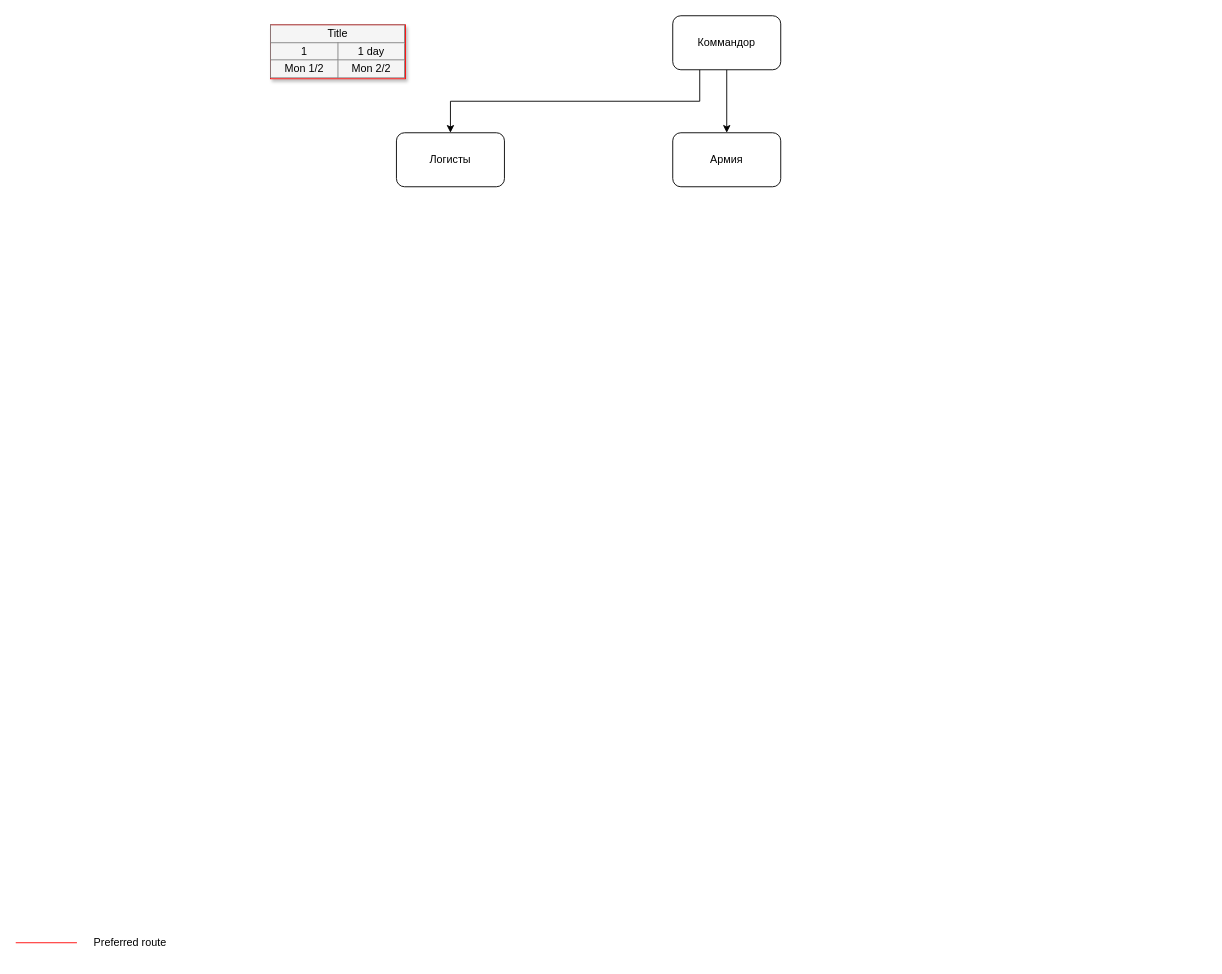
The draw.io diagram Структура.drawio in Kratos1245/other, before the edit. Source tidied: cells renumbered, new cells numbered last; positions are measured from the earlier drawing's top-left corner, leaving out a move shared by most shapes. Both pictures are drawn from the tidied source at 90%, with x=0, y=0 at pixel (15, 15).
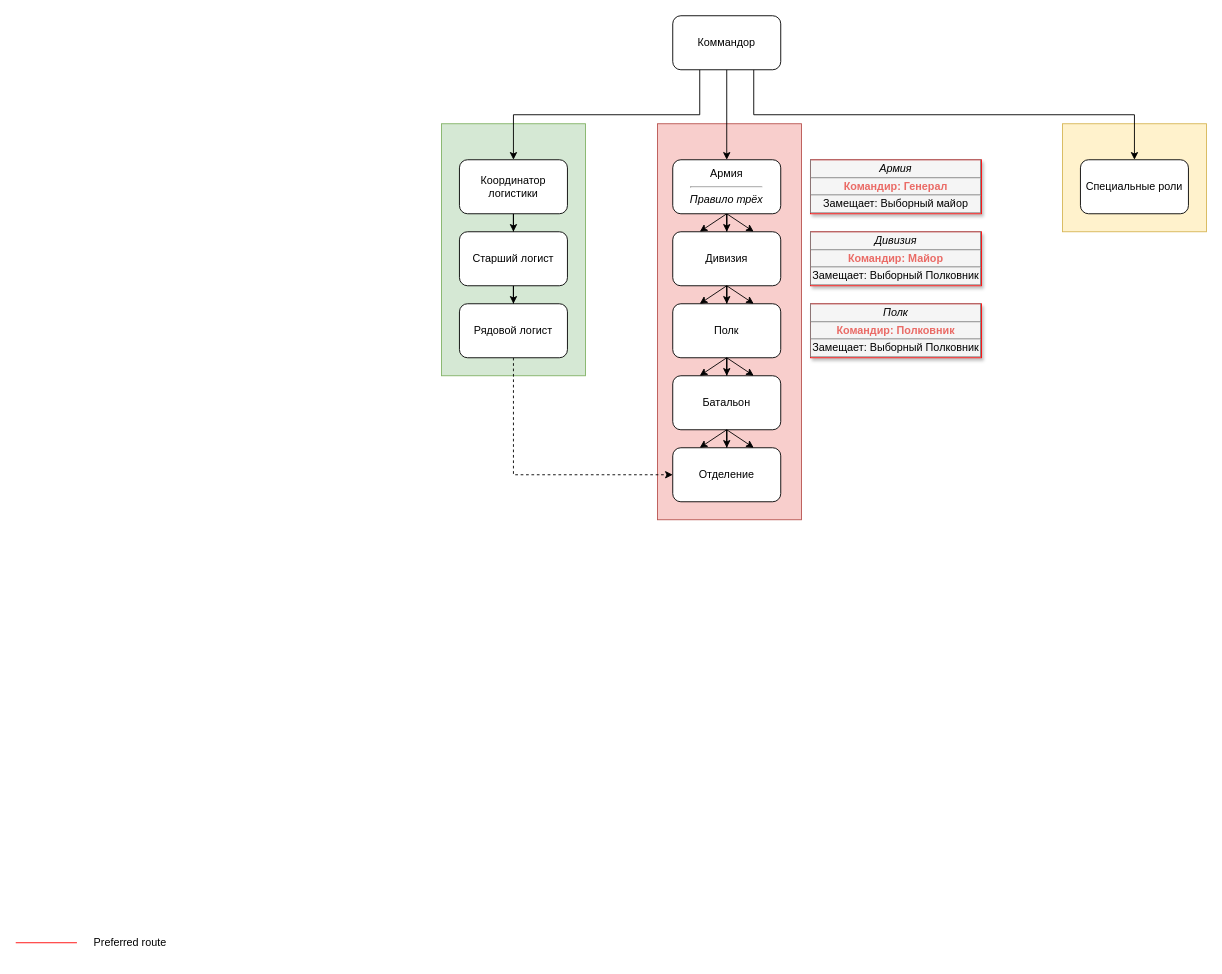
The same page after the edit.

The change refers to these unchanged cells:
```xml
<mxCell id="7" value="Коммандор" style="rounded=1;whiteSpace=wrap;html=1;" parent="1" vertex="1">
  <mxGeometry x="730" width="120" height="60" as="geometry" />
</mxCell>
```

The edit, as a diff of the source:
```diff
@@
+    <mxCell id="10" style="rounded=0;whiteSpace=wrap;html=1;fillColor=#fff2cc;strokeColor=#d6b656;" parent="1" vertex="1">
+      <mxGeometry x="1163" y="120" width="160" height="120" as="geometry" />
+    </mxCell>
+    <mxCell id="11" style="rounded=0;whiteSpace=wrap;html=1;fillColor=#d5e8d4;strokeColor=#82b366;" parent="1" vertex="1">
+      <mxGeometry x="473" y="120" width="160" height="280" as="geometry" />
+    </mxCell>
+    <mxCell id="12" style="rounded=0;whiteSpace=wrap;html=1;fillColor=#f8cecc;strokeColor=#b85450;" parent="1" vertex="1">
+      <mxGeometry x="713" y="120" width="160" height="440" as="geometry" />
+    </mxCell>
-    <mxCell id="2" value="&lt;table border=&quot;1&quot; width=&quot;100%&quot; style=&quot;width: 100% ; height: 100% ; border-collapse: collapse&quot;&gt;&lt;tbody&gt;&lt;tr&gt;&lt;td colspan=&quot;2&quot; align=&quot;center&quot;&gt;&lt;font style=&quot;font-size: 12px;&quot;&gt;Title&lt;/font&gt;&lt;/td&gt;&lt;/tr&gt;&lt;tr&gt;&lt;td align=&quot;center&quot;&gt;&lt;font style=&quot;font-size: 12px;&quot;&gt;1&lt;/font&gt;&lt;/td&gt;&lt;td align=&quot;center&quot;&gt;&lt;font style=&quot;font-size: 12px;&quot;&gt;1 day&lt;/font&gt;&lt;/td&gt;&lt;/tr&gt;&lt;tr&gt;&lt;td align=&quot;center&quot;&gt;&lt;font style=&quot;font-size: 12px;&quot;&gt;Mon 1/2&lt;/font&gt;&lt;/td&gt;&lt;td align=&quot;center&quot;&gt;&lt;font style=&quot;font-size: 12px;&quot;&gt;Mon 2/2&lt;/font&gt;&lt;/td&gt;&lt;/tr&gt;&lt;/tbody&gt;&lt;/table&gt;" style="text;html=1;strokeColor=#FF0000;fillColor=#f5f5f5;overflow=fill;rounded=0;shadow=1;fontSize=12;align=center;" parent="1" vertex="1">
-      <mxGeometry x="283" y="10" width="150" height="60" as="geometry" />
+    <mxCell id="2" value="&lt;table border=&quot;1&quot; width=&quot;100%&quot; style=&quot;width: 100% ; height: 100% ; border-collapse: collapse&quot;&gt;&lt;tbody&gt;&lt;tr&gt;&lt;td colspan=&quot;2&quot; align=&quot;center&quot;&gt;&lt;font style=&quot;font-size: 12px;&quot;&gt;&lt;i&gt;Армия&lt;/i&gt;&lt;/font&gt;&lt;/td&gt;&lt;/tr&gt;&lt;tr&gt;&lt;td align=&quot;center&quot;&gt;&lt;font color=&quot;#ea6b66&quot;&gt;&lt;b&gt;Командир: Генерал&lt;/b&gt;&lt;/font&gt;&lt;/td&gt;&lt;/tr&gt;&lt;tr&gt;&lt;td align=&quot;center&quot;&gt;Замещает: Выборный майор&lt;/td&gt;&lt;/tr&gt;&lt;/tbody&gt;&lt;/table&gt;" style="text;html=1;strokeColor=#FF0000;fillColor=#f5f5f5;overflow=fill;rounded=0;shadow=1;fontSize=12;align=center;" parent="1" vertex="1">
+      <mxGeometry x="883" y="160" width="190" height="60" as="geometry" />
     </mxCell>
@@
+    <mxCell id="13" style="edgeStyle=orthogonalEdgeStyle;rounded=0;jettySize=auto;html=1;exitX=0.75;exitY=1;exitDx=0;exitDy=0;" parent="1" edge="1" source="7" target="35">
+      <mxGeometry relative="1" as="geometry">
+        <Array as="points">
+          <mxPoint x="820" y="110" />
+          <mxPoint x="1243" y="110" />
+        </Array>
+      </mxGeometry>
+    </mxCell>
@@
+    <mxCell id="14" style="edgeStyle=orthogonalEdgeStyle;rounded=0;jettySize=auto;html=1;exitX=0.5;exitY=1;exitDx=0;exitDy=0;" parent="1" edge="1" source="8" target="26">
+      <mxGeometry relative="1" as="geometry" />
+    </mxCell>
-    <mxCell id="8" value="Логисты" style="rounded=1;whiteSpace=wrap;html=1;" parent="1" vertex="1">
-      <mxGeometry x="423" y="130" width="120" height="60" as="geometry" />
+    <mxCell id="8" value="Координатор логистики" style="rounded=1;whiteSpace=wrap;html=1;" parent="1" vertex="1">
+      <mxGeometry x="493" y="160" width="120" height="60" as="geometry" />
     </mxCell>
+    <mxCell id="15" style="edgeStyle=orthogonalEdgeStyle;rounded=0;jettySize=auto;html=1;exitX=0.5;exitY=1;exitDx=0;exitDy=0;" parent="1" edge="1" source="9" target="19">
+      <mxGeometry relative="1" as="geometry" />
+    </mxCell>
+    <mxCell id="16" style="rounded=0;jettySize=auto;html=1;exitX=0.5;exitY=1;exitDx=0;exitDy=0;entryX=0.75;entryY=0;entryDx=0;entryDy=0;" parent="1" edge="1" source="9" target="19">
+      <mxGeometry relative="1" as="geometry" />
+    </mxCell>
+    <mxCell id="17" style="rounded=0;jettySize=auto;html=1;exitX=0.5;exitY=1;exitDx=0;exitDy=0;entryX=0.25;entryY=0;entryDx=0;entryDy=0;" parent="1" edge="1" source="9" target="19">
+      <mxGeometry relative="1" as="geometry" />
+    </mxCell>
-    <mxCell id="9" value="Армия" style="rounded=1;whiteSpace=wrap;html=1;" parent="1" vertex="1">
-      <mxGeometry x="730" y="130" width="120" height="60" as="geometry" />
+    <mxCell id="9" value="Армия&lt;br&gt;&lt;hr&gt;&lt;i&gt;Правило трёх&lt;/i&gt;" style="rounded=1;whiteSpace=wrap;html=1;" parent="1" vertex="1">
+      <mxGeometry x="730" y="160" width="120" height="60" as="geometry" />
     </mxCell>
+    <mxCell id="18" style="edgeStyle=orthogonalEdgeStyle;rounded=0;jettySize=auto;html=1;exitX=0.5;exitY=1;exitDx=0;exitDy=0;" parent="1" edge="1" source="19" target="21">
+      <mxGeometry relative="1" as="geometry" />
+    </mxCell>
+    <mxCell id="19" value="Дивизия" style="rounded=1;whiteSpace=wrap;html=1;" parent="1" vertex="1">
+      <mxGeometry x="730" y="240" width="120" height="60" as="geometry" />
+    </mxCell>
+    <mxCell id="20" style="edgeStyle=orthogonalEdgeStyle;rounded=0;jettySize=auto;html=1;exitX=0.5;exitY=1;exitDx=0;exitDy=0;" parent="1" edge="1" source="21" target="23">
+      <mxGeometry relative="1" as="geometry" />
+    </mxCell>
+    <mxCell id="21" value="Полк" style="rounded=1;whiteSpace=wrap;html=1;" parent="1" vertex="1">
+      <mxGeometry x="730" y="320" width="120" height="60" as="geometry" />
+    </mxCell>
+    <mxCell id="22" style="edgeStyle=orthogonalEdgeStyle;rounded=0;jettySize=auto;html=1;exitX=0.5;exitY=1;exitDx=0;exitDy=0;" parent="1" edge="1" source="23" target="24">
+      <mxGeometry relative="1" as="geometry" />
+    </mxCell>
+    <mxCell id="23" value="Батальон" style="rounded=1;whiteSpace=wrap;html=1;" parent="1" vertex="1">
+      <mxGeometry x="730" y="400" width="120" height="60" as="geometry" />
+    </mxCell>
+    <mxCell id="24" value="Отделение" style="rounded=1;whiteSpace=wrap;html=1;" parent="1" vertex="1">
+      <mxGeometry x="730" y="480" width="120" height="60" as="geometry" />
+    </mxCell>
+    <mxCell id="25" style="edgeStyle=orthogonalEdgeStyle;rounded=0;jettySize=auto;html=1;exitX=0.5;exitY=1;exitDx=0;exitDy=0;" parent="1" edge="1" source="26" target="28">
+      <mxGeometry relative="1" as="geometry" />
+    </mxCell>
+    <mxCell id="26" value="Старший логист" style="rounded=1;whiteSpace=wrap;html=1;" parent="1" vertex="1">
+      <mxGeometry x="493" y="240" width="120" height="60" as="geometry" />
+    </mxCell>
+    <mxCell id="27" style="edgeStyle=orthogonalEdgeStyle;rounded=0;jettySize=auto;html=1;exitX=0.5;exitY=1;exitDx=0;exitDy=0;entryX=0;entryY=0.5;entryDx=0;entryDy=0;dashed=1;" parent="1" edge="1" source="28" target="24">
+      <mxGeometry relative="1" as="geometry" />
+    </mxCell>
+    <mxCell id="28" value="Рядовой логист" style="rounded=1;whiteSpace=wrap;html=1;" parent="1" vertex="1">
+      <mxGeometry x="493" y="320" width="120" height="60" as="geometry" />
+    </mxCell>
+    <mxCell id="29" style="rounded=0;orthogonalLoop=1;jettySize=auto;html=1;exitX=0.5;exitY=1;exitDx=0;exitDy=0;entryX=0.75;entryY=0;entryDx=0;entryDy=0;" parent="1" edge="1">
+      <mxGeometry relative="1" as="geometry">
+        <mxPoint x="790" y="300" as="sourcePoint" />
+        <mxPoint x="820" y="320" as="targetPoint" />
+      </mxGeometry>
+    </mxCell>
+    <mxCell id="30" style="rounded=0;orthogonalLoop=1;jettySize=auto;html=1;exitX=0.5;exitY=1;exitDx=0;exitDy=0;entryX=0.25;entryY=0;entryDx=0;entryDy=0;" parent="1" edge="1">
+      <mxGeometry relative="1" as="geometry">
+        <mxPoint x="790" y="300" as="sourcePoint" />
+        <mxPoint x="760" y="320" as="targetPoint" />
+      </mxGeometry>
+    </mxCell>
+    <mxCell id="31" style="rounded=0;orthogonalLoop=1;jettySize=auto;html=1;exitX=0.5;exitY=1;exitDx=0;exitDy=0;entryX=0.75;entryY=0;entryDx=0;entryDy=0;" parent="1" edge="1">
+      <mxGeometry relative="1" as="geometry">
+        <mxPoint x="790" y="380" as="sourcePoint" />
+        <mxPoint x="820" y="400" as="targetPoint" />
+      </mxGeometry>
+    </mxCell>
+    <mxCell id="32" style="rounded=0;orthogonalLoop=1;jettySize=auto;html=1;exitX=0.5;exitY=1;exitDx=0;exitDy=0;entryX=0.25;entryY=0;entryDx=0;entryDy=0;" parent="1" edge="1">
+      <mxGeometry relative="1" as="geometry">
+        <mxPoint x="790" y="380" as="sourcePoint" />
+        <mxPoint x="760" y="400" as="targetPoint" />
+      </mxGeometry>
+    </mxCell>
+    <mxCell id="33" style="rounded=0;orthogonalLoop=1;jettySize=auto;html=1;exitX=0.5;exitY=1;exitDx=0;exitDy=0;entryX=0.75;entryY=0;entryDx=0;entryDy=0;" parent="1" edge="1">
+      <mxGeometry relative="1" as="geometry">
+        <mxPoint x="790" y="460" as="sourcePoint" />
+        <mxPoint x="820" y="480" as="targetPoint" />
+      </mxGeometry>
+    </mxCell>
+    <mxCell id="34" style="rounded=0;orthogonalLoop=1;jettySize=auto;html=1;exitX=0.5;exitY=1;exitDx=0;exitDy=0;entryX=0.25;entryY=0;entryDx=0;entryDy=0;" parent="1" edge="1">
+      <mxGeometry relative="1" as="geometry">
+        <mxPoint x="790" y="460" as="sourcePoint" />
+        <mxPoint x="760" y="480" as="targetPoint" />
+      </mxGeometry>
+    </mxCell>
+    <mxCell id="35" value="Специальные роли" style="rounded=1;whiteSpace=wrap;html=1;" parent="1" vertex="1">
+      <mxGeometry x="1183" y="160" width="120" height="60" as="geometry" />
+    </mxCell>
+    <mxCell id="36" value="&lt;table border=&quot;1&quot; width=&quot;100%&quot; style=&quot;width: 100% ; height: 100% ; border-collapse: collapse&quot;&gt;&lt;tbody&gt;&lt;tr&gt;&lt;td colspan=&quot;2&quot; align=&quot;center&quot;&gt;&lt;font style=&quot;font-size: 12px;&quot;&gt;&lt;i&gt;Дивизия&lt;/i&gt;&lt;/font&gt;&lt;/td&gt;&lt;/tr&gt;&lt;tr&gt;&lt;td align=&quot;center&quot;&gt;&lt;font color=&quot;#ea6b66&quot;&gt;&lt;b&gt;Командир: Майор&lt;/b&gt;&lt;/font&gt;&lt;/td&gt;&lt;/tr&gt;&lt;tr&gt;&lt;td align=&quot;center&quot;&gt;Замещает: Выборный Полковник&lt;/td&gt;&lt;/tr&gt;&lt;/tbody&gt;&lt;/table&gt;" style="text;html=1;strokeColor=#FF0000;fillColor=#f5f5f5;overflow=fill;rounded=0;shadow=1;fontSize=12;align=center;" parent="1" vertex="1">
+      <mxGeometry x="883" y="240" width="190" height="60" as="geometry" />
+    </mxCell>
+    <mxCell id="37" value="&lt;table border=&quot;1&quot; width=&quot;100%&quot; style=&quot;width: 100% ; height: 100% ; border-collapse: collapse&quot;&gt;&lt;tbody&gt;&lt;tr&gt;&lt;td colspan=&quot;2&quot; align=&quot;center&quot;&gt;&lt;font style=&quot;font-size: 12px;&quot;&gt;&lt;i&gt;Полк&lt;/i&gt;&lt;/font&gt;&lt;/td&gt;&lt;/tr&gt;&lt;tr&gt;&lt;td align=&quot;center&quot;&gt;&lt;font color=&quot;#ea6b66&quot;&gt;&lt;b&gt;Командир: Полковник&lt;/b&gt;&lt;/font&gt;&lt;/td&gt;&lt;/tr&gt;&lt;tr&gt;&lt;td align=&quot;center&quot;&gt;Замещает: Выборный Полковник&lt;/td&gt;&lt;/tr&gt;&lt;/tbody&gt;&lt;/table&gt;" style="text;html=1;strokeColor=#FF0000;fillColor=#f5f5f5;overflow=fill;rounded=0;shadow=1;fontSize=12;align=center;" parent="1" vertex="1">
+      <mxGeometry x="883" y="320" width="190" height="60" as="geometry" />
+    </mxCell>
```
